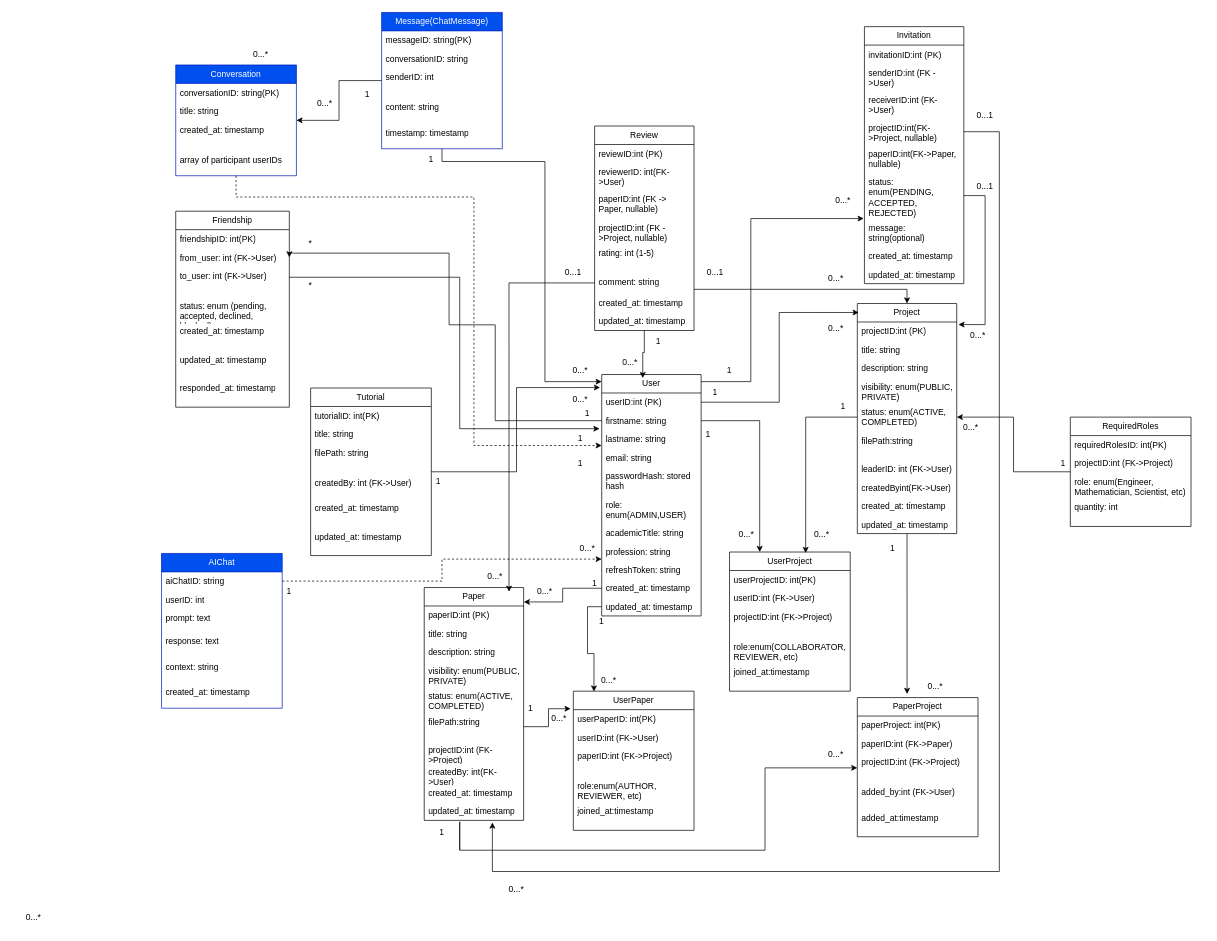
Before: DOC/ERD of the project/SingularityExpress.drawio in ArbSahatqijaa/SingularityExpress, a draw.io diagram. Source tidied: cells renumbered, new cells numbered last; positions are measured from the earlier drawing's top-left corner, leaving out a move shared by most shapes. Both pictures are drawn from the tidied source at 71%, with x=0, y=0 at pixel (12, 12).
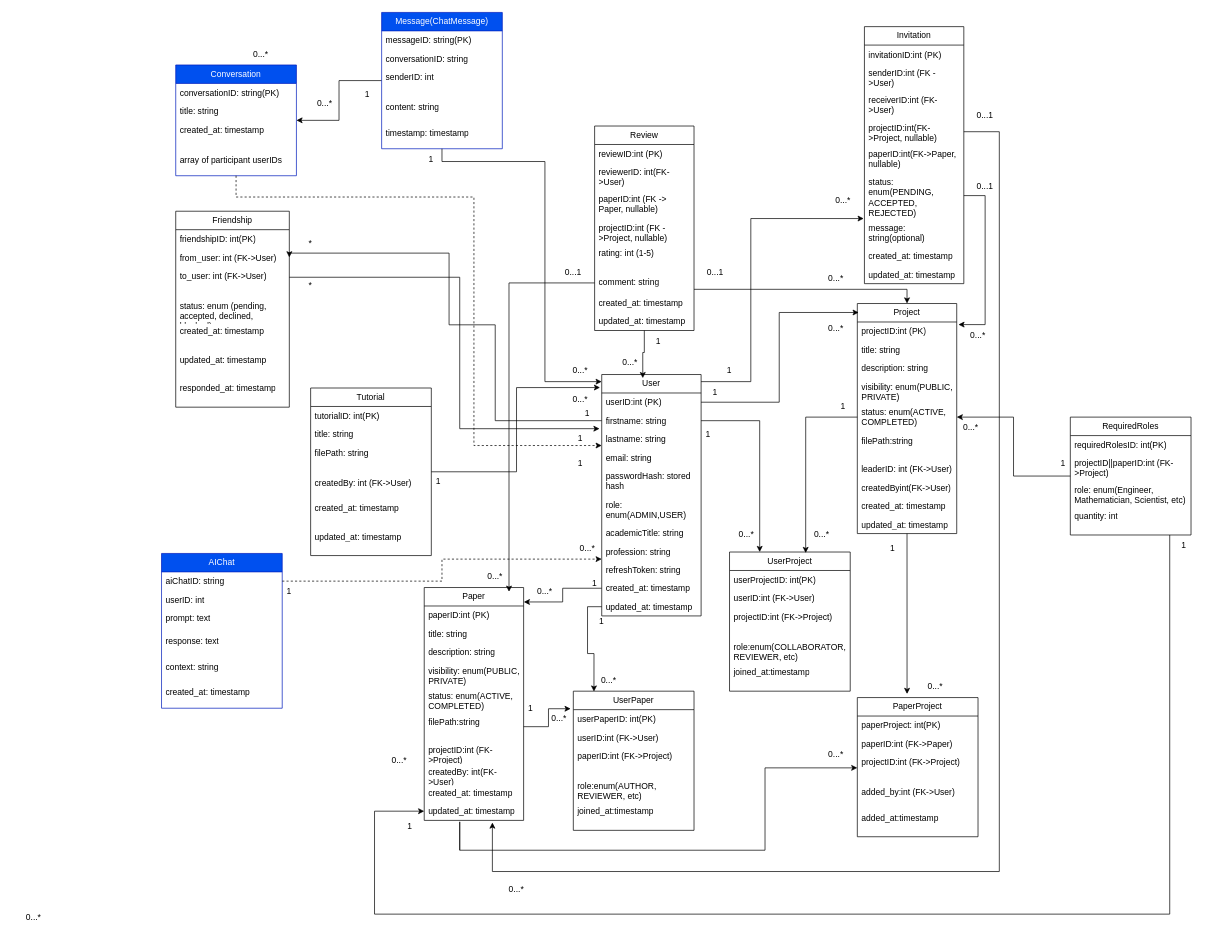
Above is the later version.

Unchanged cells that the change refers to:
```xml
<mxCell id="42" value="updated_at: timestamp" style="text;strokeColor=none;fillColor=none;align=left;verticalAlign=top;spacingLeft=4;spacingRight=4;overflow=hidden;points=[[0,0.5],[1,0.5]];portConstraint=eastwest;whiteSpace=wrap;html=1;" parent="32" vertex="1">
  <mxGeometry y="302" width="140" height="26" as="geometry" />
</mxCell>
```

What changed in the source:
```diff
@@
     <mxCell id="69" value="RequiredRoles" style="swimlane;fontStyle=0;horizontal=1;startSize=26;fillColor=none;whiteSpace=wrap;html=1;" parent="1" vertex="1">
-      <mxGeometry x="1490" y="570" width="170" height="154" as="geometry" />
+      <mxGeometry x="1490" y="570" width="170" height="166" as="geometry" />
     </mxCell>
@@
-    <mxCell id="71" value="projectID:int (FK-&amp;gt;Project)" style="text;strokeColor=none;fillColor=none;align=left;verticalAlign=top;spacingLeft=4;spacingRight=4;overflow=hidden;whiteSpace=wrap;html=1;" parent="69" vertex="1">
-      <mxGeometry y="52" width="170" height="26" as="geometry" />
+    <mxCell id="71" value="projectID||paperID:int (FK-&amp;gt;Project)" style="text;strokeColor=none;fillColor=none;align=left;verticalAlign=top;spacingLeft=4;spacingRight=4;overflow=hidden;whiteSpace=wrap;html=1;" parent="69" vertex="1">
+      <mxGeometry y="52" width="170" height="38" as="geometry" />
     </mxCell>
     <mxCell id="72" value="role: enum(Engineer, Mathematician, Scientist, etc)" style="text;strokeColor=none;fillColor=none;align=left;verticalAlign=top;spacingLeft=4;spacingRight=4;overflow=hidden;whiteSpace=wrap;html=1;" parent="69" vertex="1">
-      <mxGeometry y="78" width="170" height="36" as="geometry" />
+      <mxGeometry y="90" width="170" height="36" as="geometry" />
     </mxCell>
     <mxCell id="73" value="quantity: int" style="text;strokeColor=none;fillColor=none;align=left;verticalAlign=top;spacingLeft=4;spacingRight=4;overflow=hidden;points=[[0,0.5],[1,0.5]];portConstraint=eastwest;whiteSpace=wrap;html=1;" parent="69" vertex="1">
-      <mxGeometry y="114" width="170" height="40" as="geometry" />
+      <mxGeometry y="126" width="170" height="40" as="geometry" />
     </mxCell>
@@
     <mxCell id="160" value="1" style="text;html=1;align=center;verticalAlign=middle;whiteSpace=wrap;rounded=0;" parent="1" vertex="1">
-      <mxGeometry x="575" y="1140" width="60" height="30" as="geometry" />
+      <mxGeometry x="530" y="1131" width="60" height="30" as="geometry" />
     </mxCell>
@@
+    <mxCell id="178" value="1" style="text;html=1;align=center;verticalAlign=middle;whiteSpace=wrap;rounded=0;" parent="1" vertex="1">
+      <mxGeometry x="1620" y="736" width="60" height="30" as="geometry" />
+    </mxCell>
+    <mxCell id="179" value="0...*" style="text;html=1;align=center;verticalAlign=middle;whiteSpace=wrap;rounded=0;" parent="1" vertex="1">
+      <mxGeometry x="515" y="1039" width="60" height="30" as="geometry" />
+    </mxCell>
+    <mxCell id="180" style="edgeStyle=orthogonalEdgeStyle;rounded=0;jettySize=auto;html=1;entryX=0;entryY=0.5;entryDx=0;entryDy=0;" parent="1" edge="1" source="73" target="42">
+      <mxGeometry relative="1" as="geometry">
+        <Array as="points">
+          <mxPoint x="1630" y="1270" />
+          <mxPoint x="510" y="1270" />
+          <mxPoint x="510" y="1125" />
+        </Array>
+      </mxGeometry>
+    </mxCell>
```
